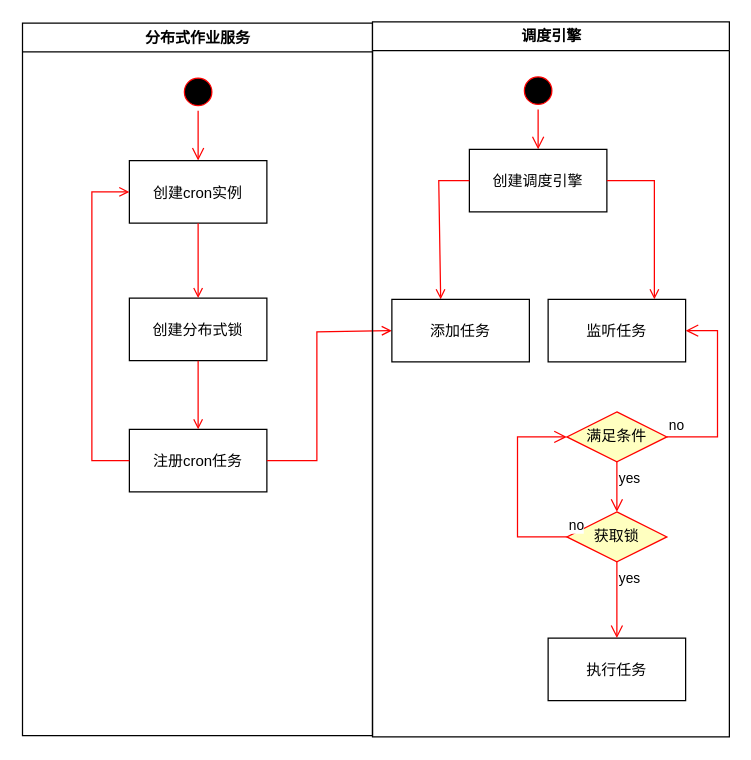
This is 分布式作业活动图.drawio from elisaovivo/restful-api-demo, a draw.io file, before an edit. Source tidied: cells renumbered, new cells numbered last; positions are measured from the earlier drawing's top-left corner, leaving out a move shared by most shapes. Both pictures are drawn from the tidied source at 125%, with x=0, y=0 at pixel (21, 21).
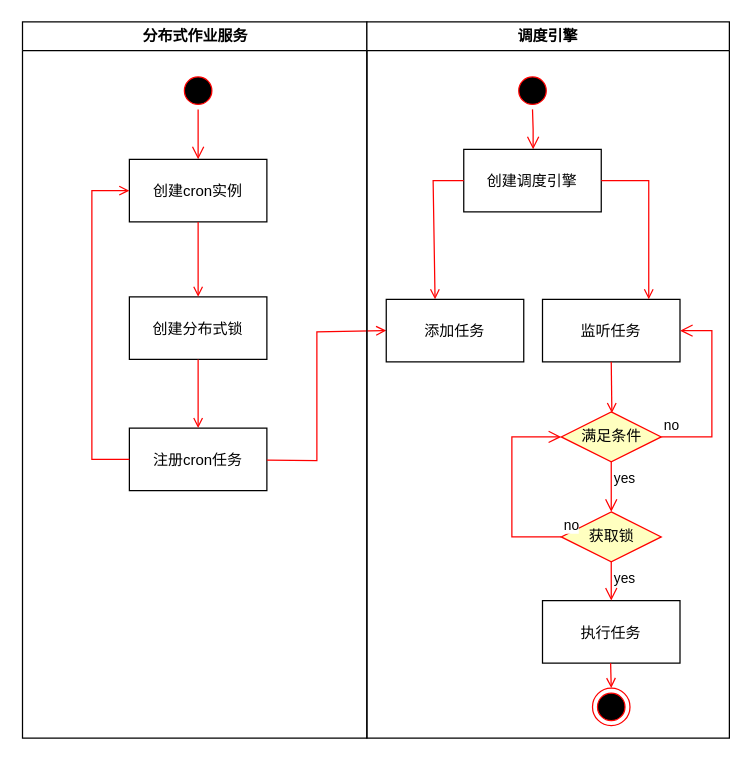
The same diagram, later.

Commit message (it also covers changes not shown here):
更新分布式作业活动图.drawio

Unchanged cells that the change refers to:
```xml
<mxCell id="5" value="创建cron实例" parent="2" vertex="1">
  <mxGeometry x="85.5" y="110" width="110" height="50" as="geometry" />
</mxCell>
<mxCell id="6" value="创建分布式锁" parent="2" vertex="1">
  <mxGeometry x="85.5" y="220" width="110" height="50" as="geometry" />
</mxCell>
<mxCell id="16" value="监听任务" parent="12" vertex="1">
  <mxGeometry x="140.5" y="222" width="110" height="50" as="geometry" />
</mxCell>
```

The edit, as a diff of the source:
```diff
@@
     <mxCell id="2" value="分布式作业服务" style="swimlane;whiteSpace=wrap;" parent="1" vertex="1">
-      <mxGeometry x="0.5" y="1" width="280" height="570" as="geometry" />
+      <mxGeometry x="0.5" width="275.5" height="573" as="geometry" />
     </mxCell>
@@
-    <mxCell id="7" style="endArrow=open;strokeColor=#FF0000;endFill=1;rounded=0;" parent="2" edge="1" source="5" target="6">
-      <mxGeometry relative="1" as="geometry" />
+    <mxCell id="7" style="endArrow=open;strokeColor=#FF0000;endFill=1;rounded=0;" parent="2" edge="1" target="6">
+      <mxGeometry relative="1" as="geometry">
+        <mxPoint x="140.5" y="160" as="sourcePoint" />
+      </mxGeometry>
     </mxCell>
@@
     <mxCell id="12" value="调度引擎" style="swimlane;whiteSpace=wrap;" parent="1" vertex="1">
-      <mxGeometry x="280.5" width="285.5" height="572" as="geometry" />
+      <mxGeometry x="276" width="290" height="573" as="geometry" />
     </mxCell>
@@
     <mxCell id="22" value="执行任务" parent="12" vertex="1">
-      <mxGeometry x="140.5" y="493" width="110" height="50" as="geometry" />
+      <mxGeometry x="140.5" y="463" width="110" height="50" as="geometry" />
     </mxCell>
@@
+    <mxCell id="27" style="ellipse;html=1;shape=endState;fillColor=#000000;strokeColor=#ff0000;" parent="12" vertex="1">
+      <mxGeometry x="180.5" y="533" width="30" height="30" as="geometry" />
+    </mxCell>
+    <mxCell id="28" style="endArrow=open;strokeColor=#FF0000;endFill=1;rounded=0;exitX=0.5;exitY=1;exitDx=0;exitDy=0;" parent="12" edge="1" source="16">
+      <mxGeometry relative="1" as="geometry">
+        <mxPoint x="196" y="313" as="targetPoint" />
+      </mxGeometry>
+    </mxCell>
+    <mxCell id="29" style="endArrow=open;strokeColor=#FF0000;endFill=1;rounded=0;entryX=0.5;entryY=0;entryDx=0;entryDy=0;" parent="12" edge="1" target="27">
+      <mxGeometry relative="1" as="geometry">
+        <mxPoint x="195" y="513" as="sourcePoint" />
+      </mxGeometry>
+    </mxCell>
```
